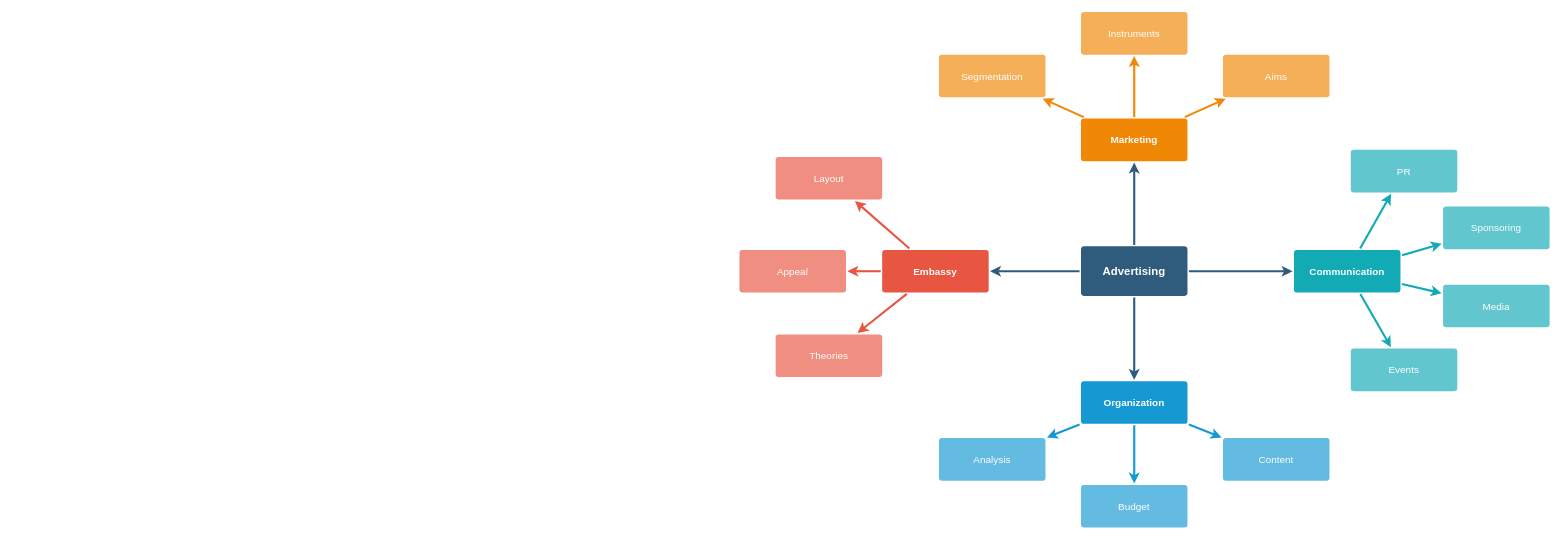
Above: ai_roadmap_mindmap.drawio in mj8ac/hello-world (draw.io), before the change. Source tidied: cells renumbered, new cells numbered last; positions are measured from the earlier drawing's top-left corner, leaving out a move shared by most shapes. Both pictures are drawn from the tidied source at 71%, with x=0, y=0 at pixel (739, 11).
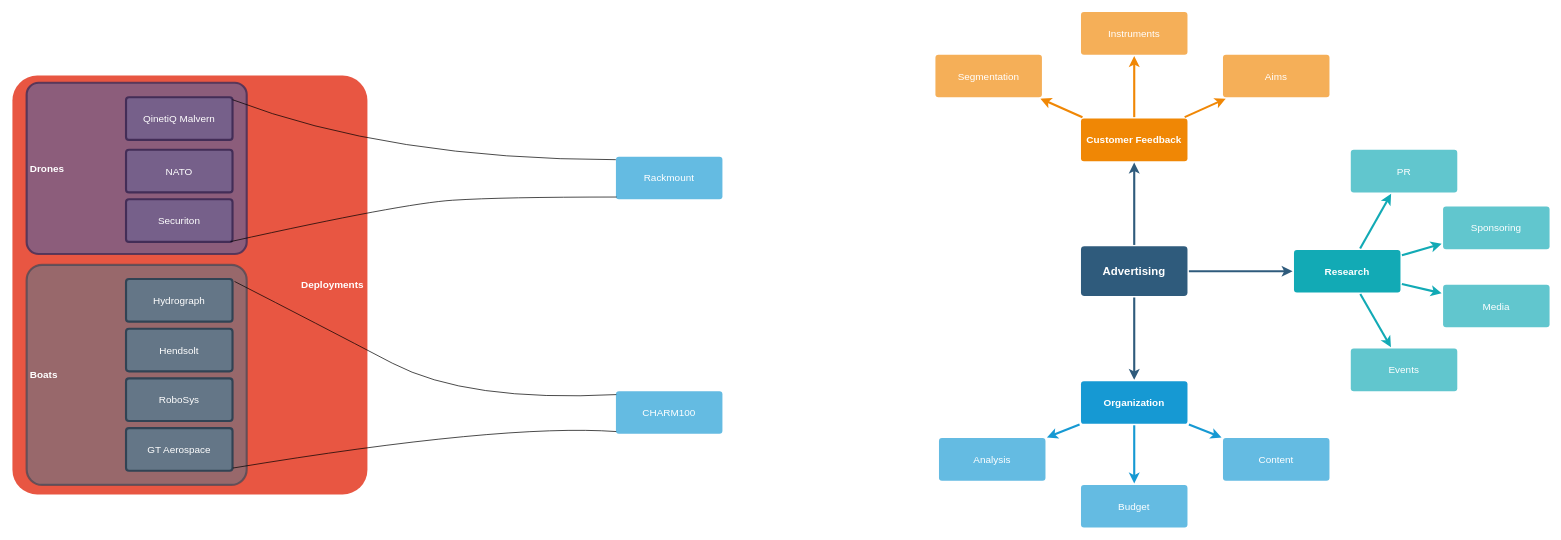
The same diagram, later.

Unchanged cells that the change refers to:
```xml
<mxCell id="6" value="Advertising" style="rounded=1;whiteSpace=wrap;html=1;shadow=0;labelBackgroundColor=none;strokeColor=none;strokeWidth=3;fillColor=#2F5B7C;fontFamily=Helvetica;fontSize=16;fontColor=#FFFFFF;align=center;fontStyle=1;spacing=5;arcSize=7;perimeterSpacing=2;" parent="1" vertex="1">
  <mxGeometry x="481" y="330.5" width="150" height="70" as="geometry" />
</mxCell>
```

Change to the diagram source:
```diff
@@
-    <mxCell id="5" style="edgeStyle=none;rounded=0;jumpStyle=none;html=1;shadow=0;labelBackgroundColor=none;startArrow=none;startFill=0;endArrow=classic;endFill=1;jettySize=auto;strokeColor=#2F5B7C;strokeWidth=3;fontFamily=Helvetica;fontSize=16;fontColor=#23445D;spacing=5;" parent="1" edge="1" source="6" target="10">
-      <mxGeometry relative="1" as="geometry" />
-    </mxCell>
@@
-    <mxCell id="7" style="edgeStyle=none;rounded=1;jumpStyle=none;html=1;shadow=0;labelBackgroundColor=none;startArrow=none;startFill=0;jettySize=auto;strokeColor=#E85642;strokeWidth=3;fontFamily=Helvetica;fontSize=14;fontColor=#FFFFFF;spacing=5;fontStyle=1;fillColor=#b0e3e6;" parent="1" edge="1" source="10" target="13">
-      <mxGeometry relative="1" as="geometry" />
-    </mxCell>
-    <mxCell id="8" style="edgeStyle=none;rounded=1;jumpStyle=none;html=1;shadow=0;labelBackgroundColor=none;startArrow=none;startFill=0;jettySize=auto;strokeColor=#E85642;strokeWidth=3;fontFamily=Helvetica;fontSize=14;fontColor=#FFFFFF;spacing=5;fontStyle=1;fillColor=#b0e3e6;" parent="1" edge="1" source="10" target="12">
-      <mxGeometry relative="1" as="geometry" />
-    </mxCell>
-    <mxCell id="9" style="edgeStyle=none;rounded=1;jumpStyle=none;html=1;shadow=0;labelBackgroundColor=none;startArrow=none;startFill=0;jettySize=auto;strokeColor=#E85642;strokeWidth=3;fontFamily=Helvetica;fontSize=14;fontColor=#FFFFFF;spacing=5;fontStyle=1;fillColor=#b0e3e6;" parent="1" edge="1" source="10" target="11">
-      <mxGeometry relative="1" as="geometry" />
-    </mxCell>
-    <mxCell id="10" value="Embassy" style="rounded=1;whiteSpace=wrap;html=1;shadow=0;labelBackgroundColor=none;strokeColor=none;strokeWidth=3;fillColor=#e85642;fontFamily=Helvetica;fontSize=14;fontColor=#FFFFFF;align=center;spacing=5;fontStyle=1;arcSize=7;perimeterSpacing=2;" parent="1" vertex="1">
-      <mxGeometry x="201" y="335.5" width="150" height="60" as="geometry" />
+    <mxCell id="10" value="Deployments" style="rounded=1;whiteSpace=wrap;html=1;shadow=0;labelBackgroundColor=none;strokeColor=none;strokeWidth=3;fillColor=#e85642;fontFamily=Helvetica;fontSize=14;fontColor=#FFFFFF;align=right;spacing=5;fontStyle=1;arcSize=7;perimeterSpacing=2;" parent="1" vertex="1">
+      <mxGeometry x="-1024" y="90" width="500" height="590" as="geometry" />
     </mxCell>
-    <mxCell id="11" value="Theories" style="rounded=1;whiteSpace=wrap;html=1;shadow=0;labelBackgroundColor=none;strokeColor=none;strokeWidth=3;fillColor=#f08e81;fontFamily=Helvetica;fontSize=14;fontColor=#FFFFFF;align=center;spacing=5;fontStyle=0;arcSize=7;perimeterSpacing=2;" parent="1" vertex="1">
-      <mxGeometry x="51" y="454.5" width="150" height="60" as="geometry" />
-    </mxCell>
-    <mxCell id="12" value="Appeal" style="rounded=1;whiteSpace=wrap;html=1;shadow=0;labelBackgroundColor=none;strokeColor=none;strokeWidth=3;fillColor=#f08e81;fontFamily=Helvetica;fontSize=14;fontColor=#FFFFFF;align=center;spacing=5;fontStyle=0;arcSize=7;perimeterSpacing=2;" parent="1" vertex="1">
-      <mxGeometry y="335.5" width="150" height="60" as="geometry" />
-    </mxCell>
-    <mxCell id="13" value="Layout" style="rounded=1;whiteSpace=wrap;html=1;shadow=0;labelBackgroundColor=none;strokeColor=none;strokeWidth=3;fillColor=#f08e81;fontFamily=Helvetica;fontSize=14;fontColor=#FFFFFF;align=center;spacing=5;fontStyle=0;arcSize=7;perimeterSpacing=2;" parent="1" vertex="1">
-      <mxGeometry x="51" y="204.5" width="150" height="60" as="geometry" />
-    </mxCell>
@@
-    <mxCell id="21" value="Marketing" style="rounded=1;whiteSpace=wrap;html=1;shadow=0;labelBackgroundColor=none;strokeColor=none;strokeWidth=3;fillColor=#F08705;fontFamily=Helvetica;fontSize=14;fontColor=#FFFFFF;align=center;spacing=5;fontStyle=1;arcSize=7;perimeterSpacing=2;" parent="1" vertex="1">
+    <mxCell id="21" value="Customer Feedback" style="rounded=1;whiteSpace=wrap;html=1;shadow=0;labelBackgroundColor=none;strokeColor=none;strokeWidth=3;fillColor=#F08705;fontFamily=Helvetica;fontSize=14;fontColor=#FFFFFF;align=center;spacing=5;fontStyle=1;arcSize=7;perimeterSpacing=2;" parent="1" vertex="1">
       <mxGeometry x="481" y="150.5" width="150" height="60" as="geometry" />
     </mxCell>
@@
     <mxCell id="26" value="Segmentation" style="rounded=1;whiteSpace=wrap;html=1;shadow=0;labelBackgroundColor=none;strokeColor=none;strokeWidth=3;fillColor=#f5af58;fontFamily=Helvetica;fontSize=14;fontColor=#FFFFFF;align=center;spacing=5;arcSize=7;perimeterSpacing=2;" parent="1" vertex="1">
-      <mxGeometry x="281" y="60.5" width="150" height="60" as="geometry" />
+      <mxGeometry x="276" y="60.5" width="150" height="60" as="geometry" />
     </mxCell>
@@
-    <mxCell id="28" value="Communication" style="rounded=1;whiteSpace=wrap;html=1;shadow=0;labelBackgroundColor=none;strokeColor=none;strokeWidth=3;fillColor=#12aab5;fontFamily=Helvetica;fontSize=14;fontColor=#FFFFFF;align=center;spacing=5;fontStyle=1;arcSize=7;perimeterSpacing=2;" parent="1" vertex="1">
+    <mxCell id="28" value="Research" style="rounded=1;whiteSpace=wrap;html=1;shadow=0;labelBackgroundColor=none;strokeColor=none;strokeWidth=3;fillColor=#12aab5;fontFamily=Helvetica;fontSize=14;fontColor=#FFFFFF;align=center;spacing=5;fontStyle=1;arcSize=7;perimeterSpacing=2;" parent="1" vertex="1">
       <mxGeometry x="781" y="335.5" width="150" height="60" as="geometry" />
     </mxCell>
@@
+    <mxCell id="37" value="Drones" style="rounded=1;whiteSpace=wrap;html=1;shadow=0;labelBackgroundColor=none;strokeColor=#432D57;strokeWidth=3;fontFamily=Helvetica;fontSize=14;align=left;spacing=5;fontStyle=1;arcSize=7;perimeterSpacing=2;fillColor=#76608a;opacity=80;fontColor=#ffffff;" parent="1" vertex="1">
+      <mxGeometry x="-1004" y="100" width="310" height="241.2" as="geometry" />
+    </mxCell>
+    <mxCell id="13" value="QinetiQ Malvern" style="rounded=1;whiteSpace=wrap;html=1;shadow=0;labelBackgroundColor=none;strokeColor=#432D57;strokeWidth=3;fillColor=#76608a;fontFamily=Helvetica;fontSize=14;fontColor=#ffffff;align=center;spacing=5;fontStyle=0;arcSize=7;perimeterSpacing=2;" parent="1" vertex="1">
+      <mxGeometry x="-864" y="120.5" width="150" height="60" as="geometry" />
+    </mxCell>
+    <mxCell id="38" value="Securiton" style="rounded=1;whiteSpace=wrap;html=1;shadow=0;labelBackgroundColor=none;strokeColor=#432D57;strokeWidth=3;fillColor=#76608a;fontFamily=Helvetica;fontSize=14;fontColor=#ffffff;align=center;spacing=5;fontStyle=0;arcSize=7;perimeterSpacing=2;" parent="1" vertex="1">
+      <mxGeometry x="-864" y="264.2" width="150" height="60" as="geometry" />
+    </mxCell>
+    <mxCell id="39" value="NATO" style="rounded=1;whiteSpace=wrap;html=1;shadow=0;labelBackgroundColor=none;strokeColor=#432D57;strokeWidth=3;fillColor=#76608a;fontFamily=Helvetica;fontSize=14;fontColor=#ffffff;align=center;spacing=5;fontStyle=0;arcSize=7;perimeterSpacing=2;" parent="1" vertex="1">
+      <mxGeometry x="-864" y="194.5" width="150" height="60" as="geometry" />
+    </mxCell>
+    <mxCell id="40" value="Boats" style="rounded=1;whiteSpace=wrap;html=1;shadow=0;labelBackgroundColor=none;strokeColor=#314354;strokeWidth=3;fontFamily=Helvetica;fontSize=14;align=left;spacing=5;fontStyle=1;arcSize=7;perimeterSpacing=2;fillColor=#647687;opacity=60;fontColor=#ffffff;" parent="1" vertex="1">
+      <mxGeometry x="-1004" y="356.5" width="310" height="310" as="geometry" />
+    </mxCell>
+    <mxCell id="11" value="GT Aerospace" style="rounded=1;whiteSpace=wrap;html=1;shadow=0;labelBackgroundColor=none;strokeColor=#314354;strokeWidth=3;fillColor=#647687;fontFamily=Helvetica;fontSize=14;fontColor=#ffffff;align=center;spacing=5;fontStyle=0;arcSize=7;perimeterSpacing=2;" parent="1" vertex="1">
+      <mxGeometry x="-864" y="586.5" width="150" height="60" as="geometry" />
+    </mxCell>
+    <mxCell id="12" value="Hydrograph" style="rounded=1;whiteSpace=wrap;html=1;shadow=0;labelBackgroundColor=none;strokeColor=#314354;strokeWidth=3;fillColor=#647687;fontFamily=Helvetica;fontSize=14;fontColor=#ffffff;align=center;spacing=5;fontStyle=0;arcSize=7;perimeterSpacing=2;" parent="1" vertex="1">
+      <mxGeometry x="-864" y="376.5" width="150" height="60" as="geometry" />
+    </mxCell>
+    <mxCell id="41" value="Hendsolt" style="rounded=1;whiteSpace=wrap;html=1;shadow=0;labelBackgroundColor=none;strokeColor=#314354;strokeWidth=3;fillColor=#647687;fontFamily=Helvetica;fontSize=14;fontColor=#ffffff;align=center;spacing=5;fontStyle=0;arcSize=7;perimeterSpacing=2;" parent="1" vertex="1">
+      <mxGeometry x="-864" y="446.5" width="150" height="60" as="geometry" />
+    </mxCell>
+    <mxCell id="42" value="RoboSys" style="rounded=1;whiteSpace=wrap;html=1;shadow=0;labelBackgroundColor=none;strokeColor=#314354;strokeWidth=3;fillColor=#647687;fontFamily=Helvetica;fontSize=14;fontColor=#ffffff;align=center;spacing=5;fontStyle=0;arcSize=7;perimeterSpacing=2;" parent="1" vertex="1">
+      <mxGeometry x="-864" y="516.5" width="150" height="60" as="geometry" />
+    </mxCell>
+    <mxCell id="43" value="CHARM100" style="rounded=1;whiteSpace=wrap;html=1;shadow=0;labelBackgroundColor=none;strokeColor=none;strokeWidth=3;fillColor=#64bbe2;fontFamily=Helvetica;fontSize=14;fontColor=#FFFFFF;align=center;spacing=5;arcSize=7;perimeterSpacing=2;" parent="1" vertex="1">
+      <mxGeometry x="-174" y="534.5" width="150" height="60" as="geometry" />
+    </mxCell>
+    <mxCell id="44" value="Rackmount" style="rounded=1;whiteSpace=wrap;html=1;shadow=0;labelBackgroundColor=none;strokeColor=none;strokeWidth=3;fillColor=#64bbe2;fontFamily=Helvetica;fontSize=14;fontColor=#FFFFFF;align=center;spacing=5;arcSize=7;perimeterSpacing=2;" parent="1" vertex="1">
+      <mxGeometry x="-174" y="204.2" width="150" height="60" as="geometry" />
+    </mxCell>
+    <mxCell id="45" style="curved=1;endArrow=none;html=1;exitX=1.005;exitY=0.084;exitDx=0;exitDy=0;exitPerimeter=0;entryX=0.016;entryY=0.106;entryDx=0;entryDy=0;entryPerimeter=0;endFill=0;" parent="1" edge="1" source="12" target="43">
+      <mxGeometry relative="1" as="geometry">
+        <Array as="points">
+          <mxPoint x="-594" y="440" />
+          <mxPoint x="-384" y="550" />
+        </Array>
+      </mxGeometry>
+    </mxCell>
+    <mxCell id="46" style="curved=1;endArrow=none;html=1;entryX=0.016;entryY=0.919;entryDx=0;entryDy=0;entryPerimeter=0;endFill=0;exitX=0.99;exitY=0.91;exitDx=0;exitDy=0;exitPerimeter=0;" parent="1" edge="1" source="11" target="43">
+      <mxGeometry relative="1" as="geometry">
+        <Array as="points">
+          <mxPoint x="-334" y="580" />
+        </Array>
+      </mxGeometry>
+    </mxCell>
+    <mxCell id="47" style="curved=1;endArrow=none;html=1;fillColor=#76608A;exitX=0.986;exitY=0.084;exitDx=0;exitDy=0;exitPerimeter=0;entryX=0.012;entryY=0.097;entryDx=0;entryDy=0;entryPerimeter=0;endFill=0;" parent="1" edge="1" source="13" target="44">
+      <mxGeometry relative="1" as="geometry">
+        <Array as="points">
+          <mxPoint x="-494" y="208" />
+        </Array>
+      </mxGeometry>
+    </mxCell>
+    <mxCell id="48" style="curved=1;endArrow=none;html=1;fillColor=#76608A;exitX=0.968;exitY=0.963;exitDx=0;exitDy=0;exitPerimeter=0;entryX=0.019;entryY=0.919;entryDx=0;entryDy=0;entryPerimeter=0;endFill=0;" parent="1" edge="1" source="38" target="44">
+      <mxGeometry relative="1" as="geometry">
+        <Array as="points">
+          <mxPoint x="-474" y="270" />
+          <mxPoint x="-334" y="261" />
+        </Array>
+      </mxGeometry>
+    </mxCell>
```
